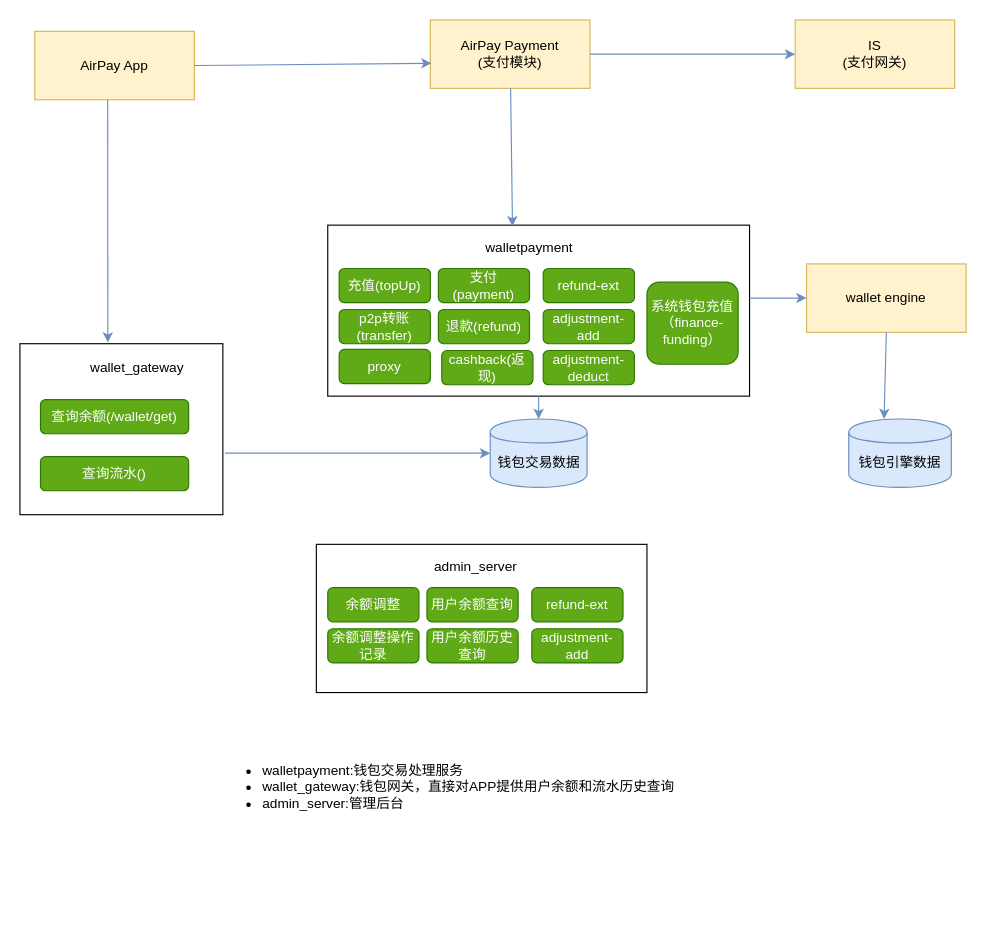
Before: arch/wallet/arch.drawio in zhangchuhu/drawio, a draw.io diagram. Source tidied: cells renumbered, new cells numbered last; positions are measured from the earlier drawing's top-left corner, leaving out a move shared by most shapes. Both pictures are drawn from the tidied source at 114%, with x=0, y=0 at pixel (19, 19).
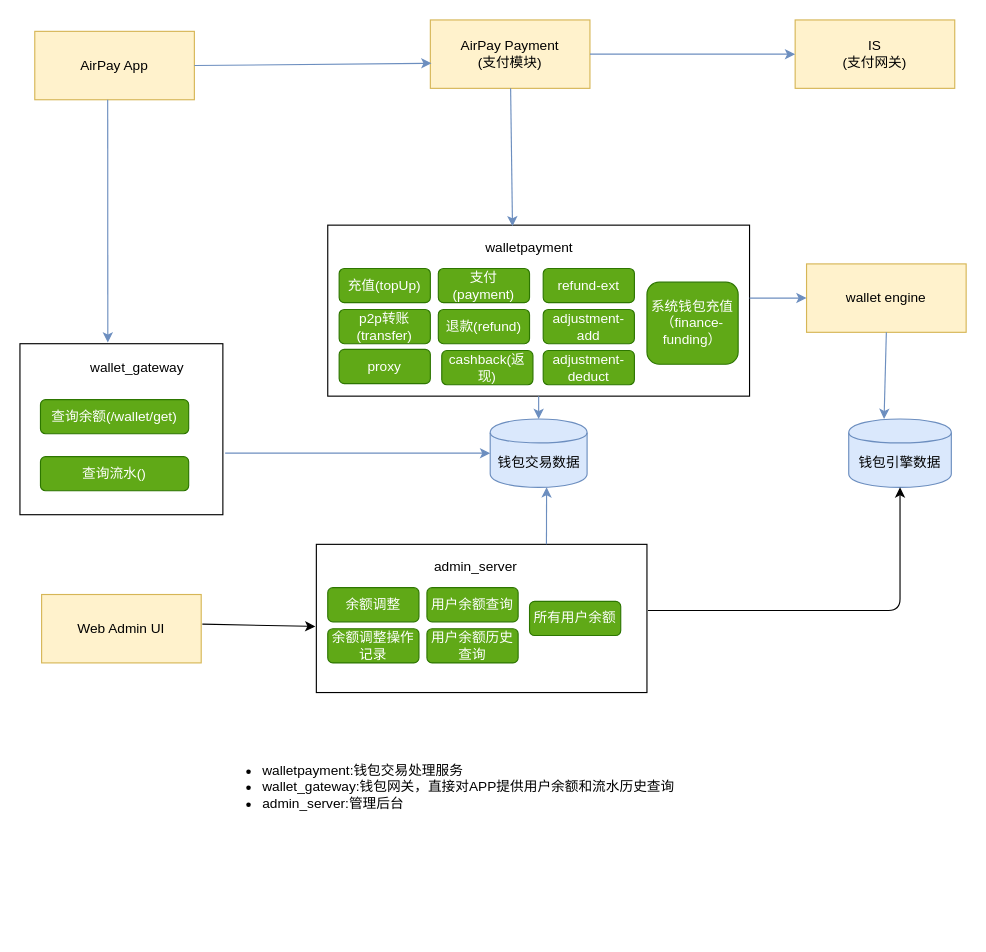
Above is the later version.

The change refers to these unchanged cells:
```xml
<mxCell id="23" value="钱包引擎数据" style="shape=cylinder;whiteSpace=wrap;html=1;boundedLbl=1;backgroundOutline=1;fillColor=#dae8fc;strokeColor=#6c8ebf;" parent="1" vertex="1">
  <mxGeometry x="727" y="350" width="90" height="60" as="geometry" />
</mxCell>
<mxCell id="24" value="钱包交易数据" style="shape=cylinder;whiteSpace=wrap;html=1;boundedLbl=1;backgroundOutline=1;fillColor=#dae8fc;strokeColor=#6c8ebf;" parent="1" vertex="1">
  <mxGeometry x="412.5" y="350" width="85" height="60" as="geometry" />
</mxCell>
<mxCell id="33" style="rounded=0;whiteSpace=wrap;html=1;" parent="1" vertex="1">
  <mxGeometry x="260" y="460" width="290" height="130" as="geometry" />
</mxCell>
```

Diff of the diagram source:
```diff
@@
-    <mxCell id="39" value="refund-ext" style="rounded=1;whiteSpace=wrap;html=1;fillColor=#60a917;strokeColor=#2D7600;fontColor=#ffffff;" parent="1" vertex="1">
-      <mxGeometry x="449" y="498" width="80" height="30" as="geometry" />
-    </mxCell>
-    <mxCell id="40" value="adjustment-add" style="rounded=1;whiteSpace=wrap;html=1;fillColor=#60a917;strokeColor=#2D7600;fontColor=#ffffff;" parent="1" vertex="1">
-      <mxGeometry x="449" y="534" width="80" height="30" as="geometry" />
-    </mxCell>
+    <mxCell id="41" style="endArrow=classic;html=1;exitX=0.696;exitY=0;exitDx=0;exitDy=0;exitPerimeter=0;entryX=0.582;entryY=1;entryDx=0;entryDy=0;entryPerimeter=0;fillColor=#dae8fc;strokeColor=#6c8ebf;" parent="1" edge="1" source="33" target="24">
+      <mxGeometry relative="1" as="geometry" />
+    </mxCell>
+    <mxCell id="42" style="endArrow=classic;html=1;exitX=1.003;exitY=0.446;exitDx=0;exitDy=0;exitPerimeter=0;entryX=0.5;entryY=1;entryDx=0;entryDy=0;" parent="1" edge="1" source="33" target="23">
+      <mxGeometry relative="1" as="geometry">
+        <Array as="points">
+          <mxPoint x="772" y="518" />
+        </Array>
+      </mxGeometry>
+    </mxCell>
+    <mxCell id="43" value="所有用户余额" style="rounded=1;whiteSpace=wrap;html=1;fillColor=#60a917;strokeColor=#2D7600;fontColor=#ffffff;" parent="1" vertex="1">
+      <mxGeometry x="447" y="510" width="80" height="30" as="geometry" />
+    </mxCell>
+    <mxCell id="44" value="Web Admin UI" style="rounded=0;whiteSpace=wrap;html=1;fillColor=#fff2cc;strokeColor=#d6b656;" parent="1" vertex="1">
+      <mxGeometry x="19" y="504" width="140" height="60" as="geometry" />
+    </mxCell>
+    <mxCell id="45" style="endArrow=classic;html=1;entryX=-0.003;entryY=0.554;entryDx=0;entryDy=0;entryPerimeter=0;" parent="1" edge="1" target="33">
+      <mxGeometry relative="1" as="geometry">
+        <mxPoint x="160" y="530" as="sourcePoint" />
+      </mxGeometry>
+    </mxCell>
```
